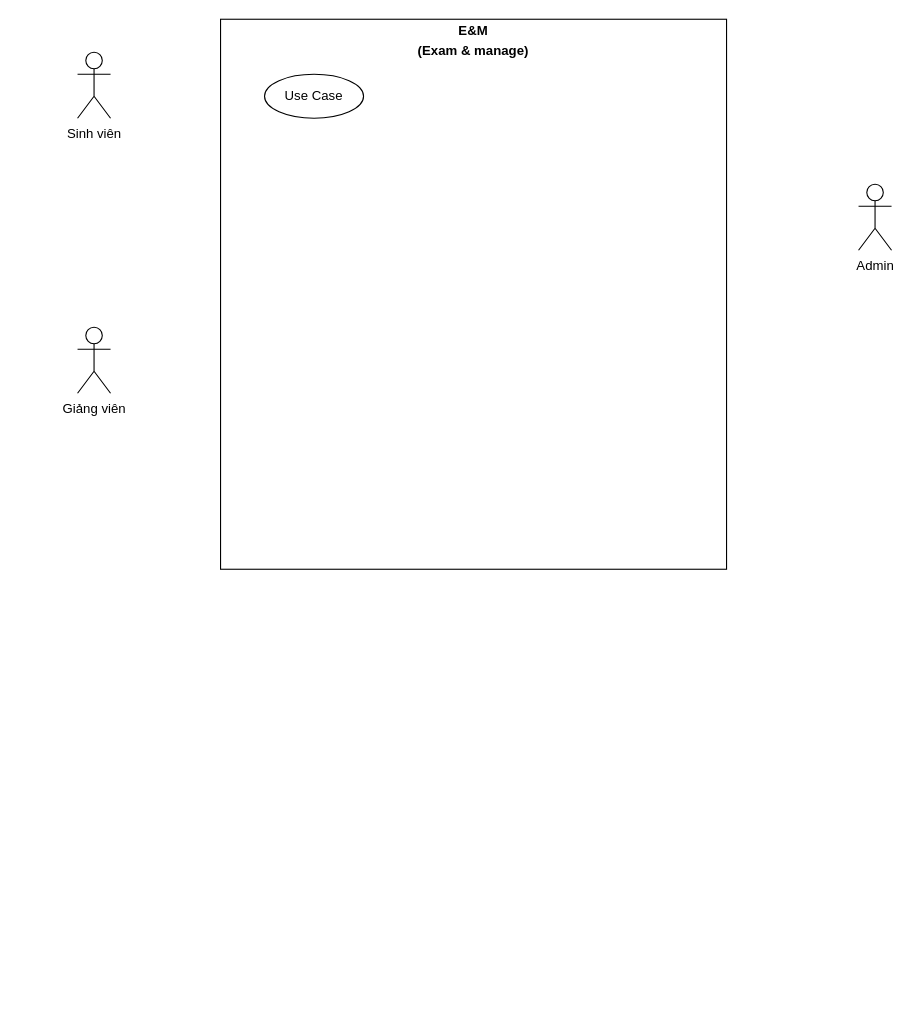
Before: Biểu đồ không có tiêu đề.drawio in DinhManhAGF/Diagram, a draw.io diagram. Source tidied: cells renumbered, new cells numbered last; positions are measured from the earlier drawing's top-left corner, leaving out a move shared by most shapes. Both pictures are drawn from the tidied source at 110%, with x=0, y=0 at pixel (77, 19).
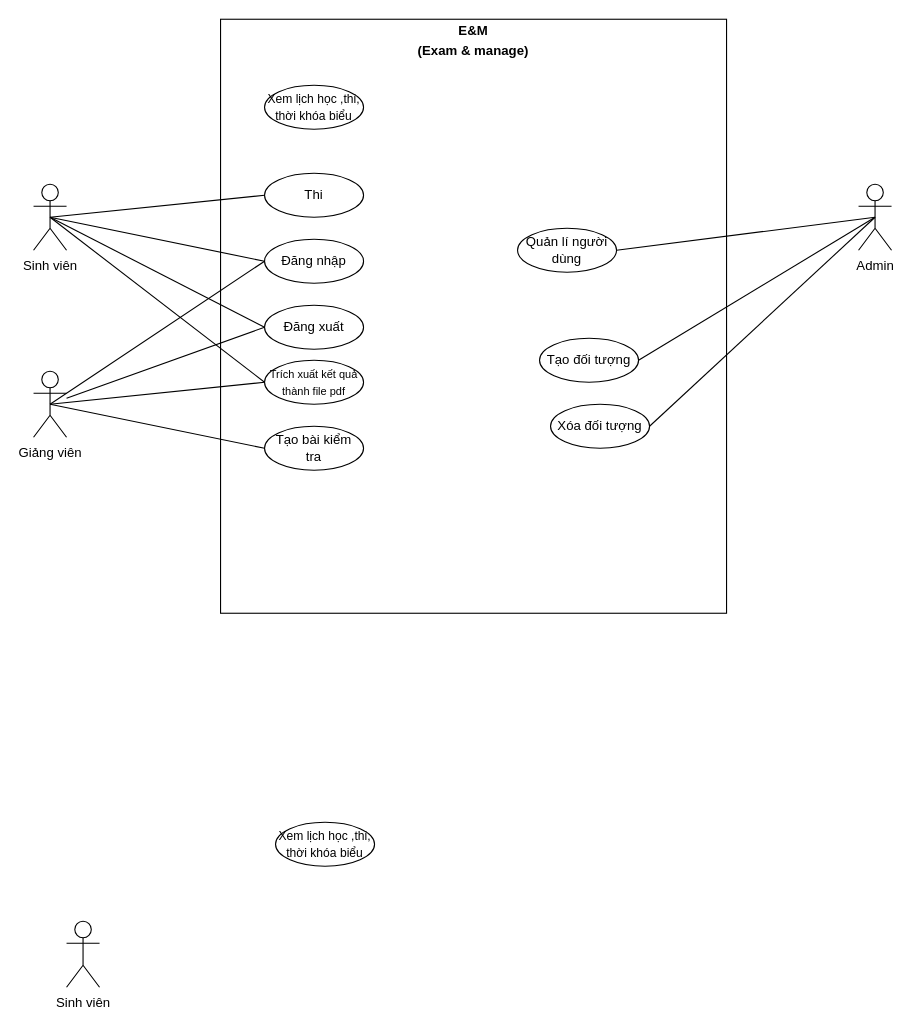
The same page after the edit.

Commit message (it also covers changes not shown here):
Cập nhật Biểu đồ không có tiêu đề.drawio

The change refers to these unchanged cells:
```xml
<mxCell id="4" value="Admin" style="shape=umlActor;verticalLabelPosition=bottom;verticalAlign=top;html=1;outlineConnect=0;" parent="1" vertex="1">
  <mxGeometry x="710" y="150" width="30" height="60" as="geometry" />
</mxCell>
```

Diff of the diagram source:
```diff
@@
     <mxCell id="2" value="Sinh viên" style="shape=umlActor;verticalLabelPosition=bottom;verticalAlign=top;html=1;outlineConnect=0;" parent="1" vertex="1">
-      <mxGeometry y="30" width="30" height="60" as="geometry" />
+      <mxGeometry x="-40" y="150" width="30" height="60" as="geometry" />
     </mxCell>
     <mxCell id="3" value="Giảng viên" style="shape=umlActor;verticalLabelPosition=bottom;verticalAlign=top;html=1;outlineConnect=0;" parent="1" vertex="1">
-      <mxGeometry y="280" width="30" height="60" as="geometry" />
+      <mxGeometry x="-40" y="320" width="30" height="60" as="geometry" />
     </mxCell>
@@
     <mxCell id="5" value="&lt;p style=&quot;margin:0px;margin-top:4px;text-align:center;&quot;&gt;&lt;b&gt;E&amp;amp;M&lt;/b&gt;&lt;/p&gt;&lt;p style=&quot;margin:0px;margin-top:4px;text-align:center;&quot;&gt;&lt;b&gt;(Exam &amp;amp; manage)&lt;/b&gt;&lt;/p&gt;&lt;div style=&quot;height:2px;&quot;&gt;&lt;/div&gt;" style="verticalAlign=top;align=left;overflow=fill;fontSize=12;fontFamily=Helvetica;html=1;" parent="1" vertex="1">
-      <mxGeometry x="130" width="460" height="500" as="geometry" />
+      <mxGeometry x="130" width="460" height="540" as="geometry" />
     </mxCell>
-    <mxCell id="6" value="Use Case" style="ellipse;whiteSpace=wrap;html=1;" parent="1" vertex="1">
-      <mxGeometry x="170" y="50" width="90" height="40" as="geometry" />
+    <mxCell id="6" value="Đăng nhập" style="ellipse;whiteSpace=wrap;html=1;" parent="1" vertex="1">
+      <mxGeometry x="170" y="200" width="90" height="40" as="geometry" />
     </mxCell>
+    <mxCell id="7" style="endArrow=none;html=1;rounded=0;exitX=0.5;exitY=0.5;exitDx=0;exitDy=0;exitPerimeter=0;entryX=0;entryY=0.5;entryDx=0;entryDy=0;" parent="1" edge="1" source="2" target="6">
+      <mxGeometry relative="1" as="geometry" />
+    </mxCell>
+    <mxCell id="8" value="Đăng xuất" style="ellipse;whiteSpace=wrap;html=1;" parent="1" vertex="1">
+      <mxGeometry x="170" y="260" width="90" height="40" as="geometry" />
+    </mxCell>
+    <mxCell id="9" value="Tạo bài kiểm &lt;br&gt;tra" style="ellipse;whiteSpace=wrap;html=1;" parent="1" vertex="1">
+      <mxGeometry x="170" y="370" width="90" height="40" as="geometry" />
+    </mxCell>
+    <mxCell id="10" value="Quản lí người dùng" style="ellipse;whiteSpace=wrap;html=1;" parent="1" vertex="1">
+      <mxGeometry x="400" y="190" width="90" height="40" as="geometry" />
+    </mxCell>
+    <mxCell id="11" value="Tạo đối tượng" style="ellipse;whiteSpace=wrap;html=1;" parent="1" vertex="1">
+      <mxGeometry x="420" y="290" width="90" height="40" as="geometry" />
+    </mxCell>
+    <mxCell id="12" value="Xóa đối tượng" style="ellipse;whiteSpace=wrap;html=1;" parent="1" vertex="1">
+      <mxGeometry x="430" y="350" width="90" height="40" as="geometry" />
+    </mxCell>
+    <mxCell id="13" value="&lt;font style=&quot;font-size: 10px;&quot;&gt;Trích xuất kết quả thành file pdf&lt;/font&gt;" style="ellipse;whiteSpace=wrap;html=1;" parent="1" vertex="1">
+      <mxGeometry x="170" y="310" width="90" height="40" as="geometry" />
+    </mxCell>
+    <mxCell id="14" style="endArrow=none;html=1;rounded=0;exitX=0.5;exitY=0.5;exitDx=0;exitDy=0;exitPerimeter=0;entryX=0;entryY=0.5;entryDx=0;entryDy=0;" parent="1" edge="1" source="2" target="13">
+      <mxGeometry relative="1" as="geometry" />
+    </mxCell>
+    <mxCell id="15" style="endArrow=none;html=1;rounded=0;exitX=0.5;exitY=0.5;exitDx=0;exitDy=0;exitPerimeter=0;entryX=0;entryY=0.5;entryDx=0;entryDy=0;" parent="1" edge="1" source="3" target="13">
+      <mxGeometry relative="1" as="geometry" />
+    </mxCell>
+    <mxCell id="16" style="endArrow=none;html=1;rounded=0;exitX=0.5;exitY=0.5;exitDx=0;exitDy=0;exitPerimeter=0;entryX=0;entryY=0.5;entryDx=0;entryDy=0;" parent="1" edge="1" source="3" target="6">
+      <mxGeometry relative="1" as="geometry" />
+    </mxCell>
+    <mxCell id="17" style="endArrow=none;html=1;rounded=0;exitX=0.5;exitY=0.5;exitDx=0;exitDy=0;exitPerimeter=0;entryX=0;entryY=0.5;entryDx=0;entryDy=0;" parent="1" edge="1" source="2" target="8">
+      <mxGeometry relative="1" as="geometry" />
+    </mxCell>
+    <mxCell id="18" style="endArrow=none;html=1;rounded=0;entryX=0;entryY=0.5;entryDx=0;entryDy=0;" parent="1" edge="1" source="3" target="8">
+      <mxGeometry relative="1" as="geometry" />
+    </mxCell>
+    <mxCell id="19" style="endArrow=none;html=1;rounded=0;exitX=1;exitY=0.5;exitDx=0;exitDy=0;entryX=0.5;entryY=0.5;entryDx=0;entryDy=0;entryPerimeter=0;" parent="1" edge="1" source="10" target="4">
+      <mxGeometry relative="1" as="geometry" />
+    </mxCell>
+    <mxCell id="20" value="Thi" style="ellipse;whiteSpace=wrap;html=1;" parent="1" vertex="1">
+      <mxGeometry x="170" y="140" width="90" height="40" as="geometry" />
+    </mxCell>
+    <mxCell id="21" style="endArrow=none;html=1;rounded=0;exitX=0;exitY=0.5;exitDx=0;exitDy=0;entryX=0.5;entryY=0.5;entryDx=0;entryDy=0;entryPerimeter=0;" parent="1" edge="1" source="9" target="3">
+      <mxGeometry relative="1" as="geometry" />
+    </mxCell>
+    <mxCell id="22" style="endArrow=none;html=1;rounded=0;exitX=0;exitY=0.5;exitDx=0;exitDy=0;entryX=0.5;entryY=0.5;entryDx=0;entryDy=0;entryPerimeter=0;" parent="1" edge="1" source="20" target="2">
+      <mxGeometry relative="1" as="geometry" />
+    </mxCell>
+    <mxCell id="23" style="endArrow=none;html=1;rounded=0;exitX=1;exitY=0.5;exitDx=0;exitDy=0;entryX=0.5;entryY=0.5;entryDx=0;entryDy=0;entryPerimeter=0;" parent="1" edge="1" source="11" target="4">
+      <mxGeometry relative="1" as="geometry" />
+    </mxCell>
+    <mxCell id="24" style="endArrow=none;html=1;rounded=0;exitX=1;exitY=0.5;exitDx=0;exitDy=0;entryX=0.5;entryY=0.5;entryDx=0;entryDy=0;entryPerimeter=0;" parent="1" edge="1" source="12" target="4">
+      <mxGeometry relative="1" as="geometry" />
+    </mxCell>
+    <mxCell id="25" value="&lt;font style=&quot;font-size: 11px;&quot;&gt;Xem lịch học ,thi, thời khóa biểu&lt;/font&gt;" style="ellipse;whiteSpace=wrap;html=1;" parent="1" vertex="1">
+      <mxGeometry x="170" y="60" width="90" height="40" as="geometry" />
+    </mxCell>
+    <mxCell id="26" value="Sinh viên" style="shape=umlActor;verticalLabelPosition=bottom;verticalAlign=top;html=1;" parent="1" vertex="1">
+      <mxGeometry x="-10" y="820" width="30" height="60" as="geometry" />
+    </mxCell>
+    <mxCell id="27" value="&lt;font style=&quot;font-size: 11px;&quot;&gt;Xem lịch học ,thi, thời khóa biểu&lt;/font&gt;" style="ellipse;whiteSpace=wrap;html=1;" parent="1" vertex="1">
+      <mxGeometry x="180" y="730" width="90" height="40" as="geometry" />
+    </mxCell>
```
